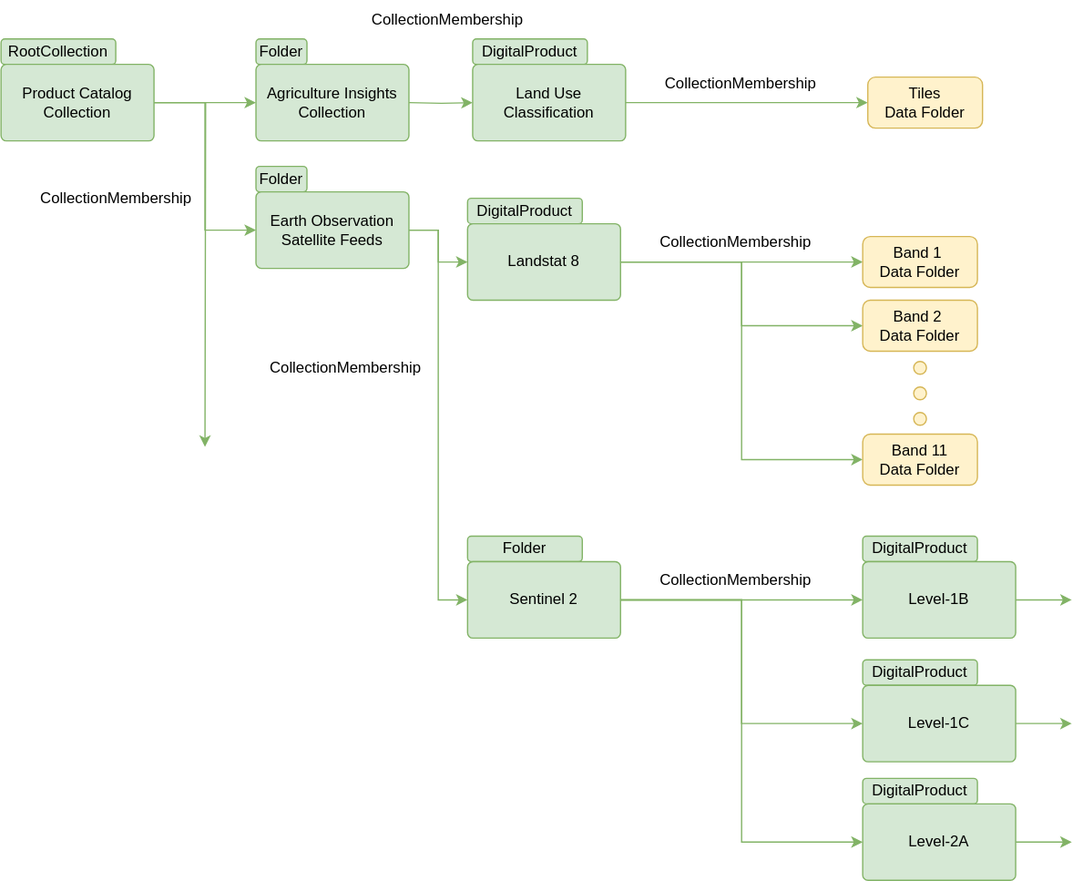
This is site/docs/types/0/collection-hierarchy-example.svg from odpi/egeria-docs, a draw.io export, as it was before one commit. Source tidied: cells renumbered, new cells last; positions are measured from the earlier drawing's top-left corner, leaving out a move shared by most shapes.
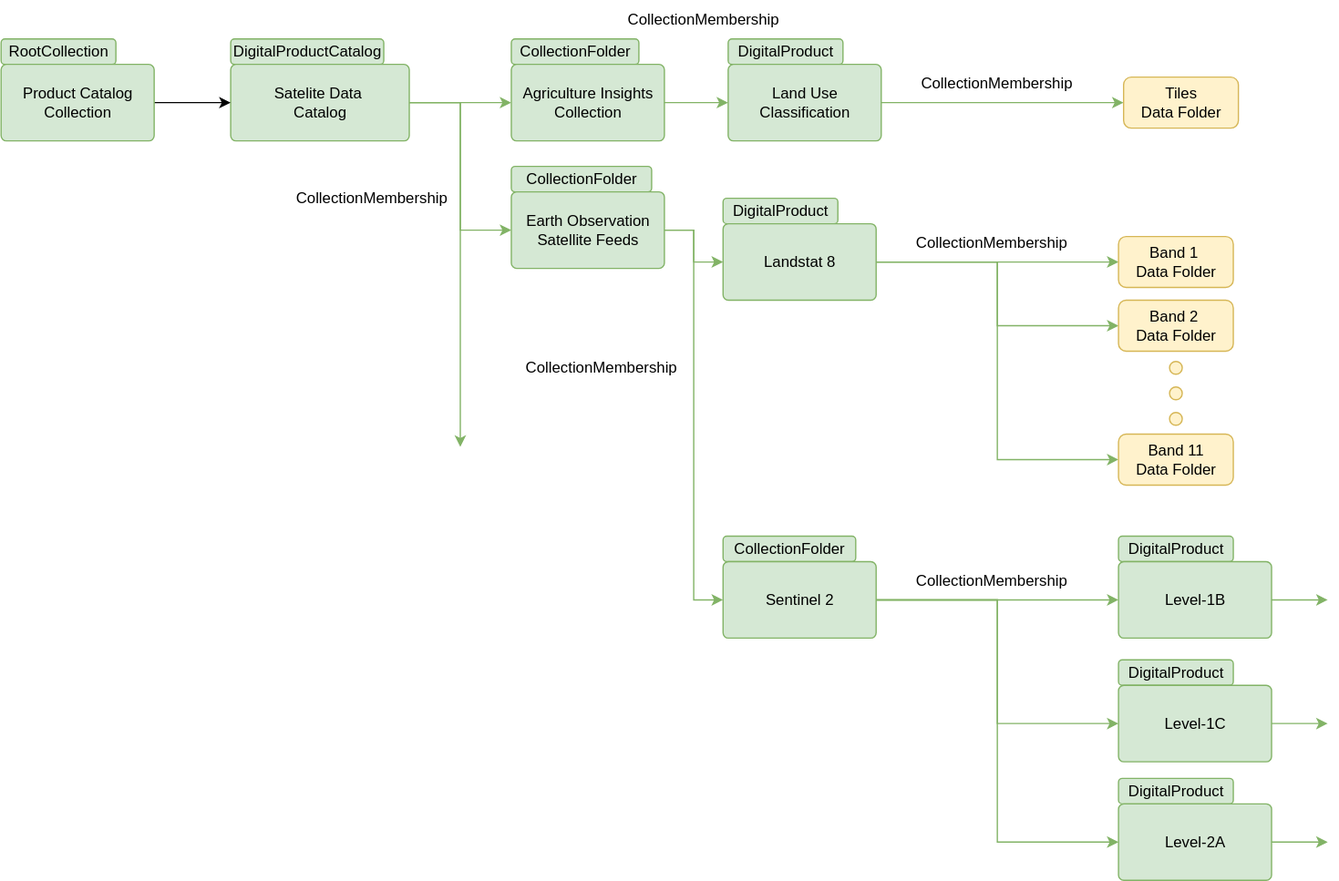
The same file after the commit.

The edit, as a diff of the source:
```diff
@@ -2,14 +2,14 @@
   <root>
     <mxCell id="0" />
     <mxCell id="1" parent="0" />
-    <mxCell id="2" value="Folder" style="rounded=1;whiteSpace=wrap;html=1;fillColor=#d5e8d4;strokeColor=#82b366;" parent="1" vertex="1">
-      <mxGeometry x="200" y="30" width="40" height="20" as="geometry" />
+    <mxCell id="2" value="CollectionFolder" style="rounded=1;whiteSpace=wrap;html=1;fillColor=#d5e8d4;strokeColor=#82b366;" parent="1" vertex="1">
+      <mxGeometry x="200" y="30" width="100" height="20" as="geometry" />
     </mxCell>
     <mxCell id="3" value="Agriculture Insights&lt;br&gt;Collection" style="rounded=1;whiteSpace=wrap;html=1;arcSize=7;fillColor=#d5e8d4;strokeColor=#82b366;" parent="1" vertex="1">
       <mxGeometry x="200" y="50" width="120" height="60" as="geometry" />
     </mxCell>
-    <mxCell id="4" value="Folder" style="rounded=1;whiteSpace=wrap;html=1;fillColor=#d5e8d4;strokeColor=#82b366;" parent="1" vertex="1">
-      <mxGeometry x="200" y="130" width="40" height="20" as="geometry" />
+    <mxCell id="4" value="CollectionFolder" style="rounded=1;whiteSpace=wrap;html=1;fillColor=#d5e8d4;strokeColor=#82b366;" parent="1" vertex="1">
+      <mxGeometry x="200" y="130" width="110" height="20" as="geometry" />
     </mxCell>
     <mxCell id="5" style="edgeStyle=orthogonalEdgeStyle;rounded=0;jettySize=auto;html=1;fillColor=#d5e8d4;strokeColor=#82b366;entryX=0;entryY=0.5;entryDx=0;entryDy=0;" parent="1" edge="1" source="7" target="48">
       <mxGeometry relative="1" as="geometry" />
@@ -38,8 +38,8 @@
     <mxCell id="13" value="Tiles &lt;br&gt;Data Folder" style="rounded=1;whiteSpace=wrap;html=1;fillColor=#fff2cc;strokeColor=#d6b656;" parent="1" vertex="1">
       <mxGeometry x="680" y="60" width="90" height="40" as="geometry" />
     </mxCell>
-    <mxCell id="14" value="RootCollection" style="rounded=1;whiteSpace=wrap;html=1;fillColor=#d5e8d4;strokeColor=#82b366;" parent="1" vertex="1">
-      <mxGeometry y="30" width="90" height="20" as="geometry" />
+    <mxCell id="14" value="DigitalProductCatalog" style="rounded=1;whiteSpace=wrap;html=1;fillColor=#d5e8d4;strokeColor=#82b366;" parent="1" vertex="1">
+      <mxGeometry x="-20" y="30" width="120" height="20" as="geometry" />
     </mxCell>
     <mxCell id="15" style="edgeStyle=orthogonalEdgeStyle;rounded=0;jettySize=auto;html=1;entryX=0;entryY=0.5;entryDx=0;entryDy=0;fillColor=#d5e8d4;strokeColor=#82b366;exitX=1;exitY=0.5;exitDx=0;exitDy=0;" parent="1" edge="1" source="18" target="3">
       <mxGeometry relative="1" as="geometry" />
@@ -52,8 +52,8 @@
         <mxPoint x="160" y="350" as="targetPoint" />
       </mxGeometry>
     </mxCell>
-    <mxCell id="18" value="Product Catalog&lt;br&gt;Collection" style="rounded=1;whiteSpace=wrap;html=1;arcSize=7;fillColor=#d5e8d4;strokeColor=#82b366;" parent="1" vertex="1">
-      <mxGeometry y="50" width="120" height="60" as="geometry" />
+    <mxCell id="18" value="Satelite Data&amp;nbsp;&lt;div&gt;Catalog&lt;/div&gt;" style="rounded=1;whiteSpace=wrap;html=1;arcSize=7;fillColor=#d5e8d4;strokeColor=#82b366;" parent="1" vertex="1">
+      <mxGeometry x="-20" y="50" width="140" height="60" as="geometry" />
     </mxCell>
     <mxCell id="19" value="CollectionMembership" style="text;html=1;align=center;verticalAlign=middle;strokeColor=none;fillColor=none;" parent="1" vertex="1">
       <mxGeometry x="20" y="140" width="140" height="30" as="geometry" />
@@ -138,8 +138,8 @@
     <mxCell id="43" value="Level-1C" style="rounded=1;whiteSpace=wrap;html=1;arcSize=7;fillColor=#d5e8d4;strokeColor=#82b366;" parent="1" vertex="1">
       <mxGeometry x="676" y="537" width="120" height="60" as="geometry" />
     </mxCell>
-    <mxCell id="44" value="Folder" style="rounded=1;whiteSpace=wrap;html=1;fillColor=#d5e8d4;strokeColor=#82b366;" parent="1" vertex="1">
-      <mxGeometry x="366" y="420" width="90" height="20" as="geometry" />
+    <mxCell id="44" value="CollectionFolder" style="rounded=1;whiteSpace=wrap;html=1;fillColor=#d5e8d4;strokeColor=#82b366;" parent="1" vertex="1">
+      <mxGeometry x="366" y="420" width="104" height="20" as="geometry" />
     </mxCell>
     <mxCell id="45" style="edgeStyle=orthogonalEdgeStyle;rounded=0;jettySize=auto;html=1;exitX=1;exitY=0.5;exitDx=0;exitDy=0;fillColor=#d5e8d4;strokeColor=#82b366;" parent="1" edge="1" source="48" target="37">
       <mxGeometry relative="1" as="geometry" />
@@ -153,5 +153,14 @@
     <mxCell id="48" value="Sentinel 2" style="rounded=1;whiteSpace=wrap;html=1;arcSize=7;fillColor=#d5e8d4;strokeColor=#82b366;" parent="1" vertex="1">
       <mxGeometry x="366" y="440" width="120" height="60" as="geometry" />
     </mxCell>
+    <mxCell id="49" value="RootCollection" style="rounded=1;whiteSpace=wrap;html=1;fillColor=#d5e8d4;strokeColor=#82b366;" parent="1" vertex="1">
+      <mxGeometry x="-200" y="30" width="90" height="20" as="geometry" />
+    </mxCell>
+    <mxCell id="50" style="edgeStyle=orthogonalEdgeStyle;rounded=0;jettySize=auto;html=1;exitX=1;exitY=0.5;exitDx=0;exitDy=0;" parent="1" edge="1" source="51" target="18">
+      <mxGeometry relative="1" as="geometry" />
+    </mxCell>
+    <mxCell id="51" value="Product Catalog&lt;br&gt;Collection" style="rounded=1;whiteSpace=wrap;html=1;arcSize=7;fillColor=#d5e8d4;strokeColor=#82b366;" parent="1" vertex="1">
+      <mxGeometry x="-200" y="50" width="120" height="60" as="geometry" />
+    </mxCell>
   </root>
 </mxGraphModel>
```
